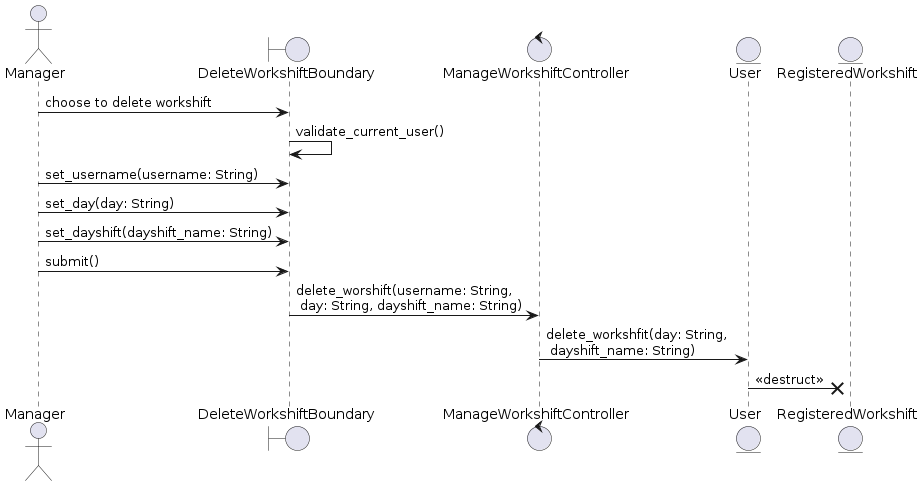
This is docs/UML/Sequence Diagrams/delete-workshift.png from LapTQ/MCT, a PlantUML export, as it was before one commit.
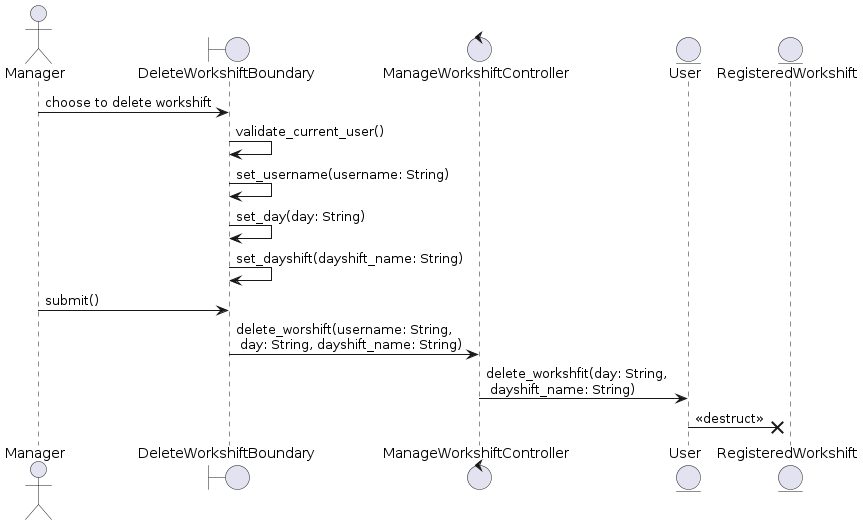
After the commit.

Diff of the diagram source:
```diff
@@ -8,9 +8,9 @@
 
 A -> B2: choose to delete workshift
 B2 -> B2: validate_current_user()
-A -> B2: set_username(username: String)
-A -> B2: set_day(day: String)
-A -> B2: set_dayshift(dayshift_name: String)
+B2 -> B2: set_username(username: String)
+B2 -> B2: set_day(day: String)
+B2 -> B2: set_dayshift(dayshift_name: String)
 A -> B2: submit()
 B2 -> C: delete_worshift(username: String, \n day: String, dayshift_name: String)
 C -> E3: delete_workshfit(day: String, \n dayshift_name: String)
```
